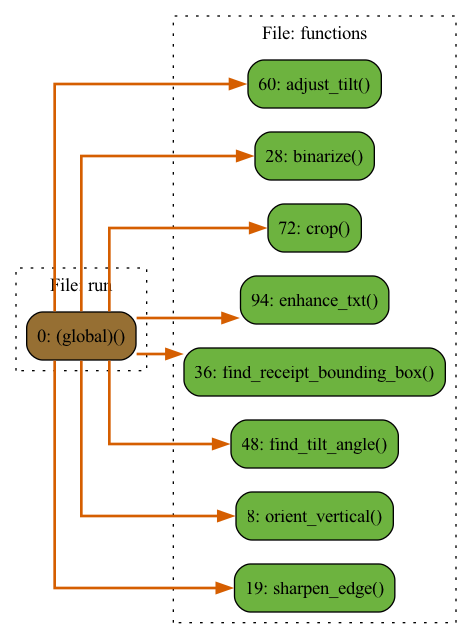
The Graphviz diagram flowchart/out.png in TopAudioData/wesplit-receipt-ocr, before a commit. Its source is kept beside it as flowchart/out.gv. Source of this version:
```dot
digraph G {
concentrate=true;
splines="ortho";
rankdir="LR";
node_6b8b418c [label="60: adjust_tilt()" name="functions::adjust_tilt" shape="rect" style="rounded,filled" fillcolor="#6db33f" ];
node_a4fb80ed [label="28: binarize()" name="functions::binarize" shape="rect" style="rounded,filled" fillcolor="#6db33f" ];
node_abb3144b [label="72: crop()" name="functions::crop" shape="rect" style="rounded,filled" fillcolor="#6db33f" ];
node_6cab1c62 [label="94: enhance_txt()" name="functions::enhance_txt" shape="rect" style="rounded,filled" fillcolor="#6db33f" ];
node_e218ace3 [label="36: find_receipt_bounding_box()" name="functions::find_receipt_bounding_box" shape="rect" style="rounded,filled" fillcolor="#6db33f" ];
node_bfe2dfbe [label="48: find_tilt_angle()" name="functions::find_tilt_angle" shape="rect" style="rounded,filled" fillcolor="#6db33f" ];
node_4339a973 [label="8: orient_vertical()" name="functions::orient_vertical" shape="rect" style="rounded,filled" fillcolor="#6db33f" ];
node_b2ec876a [label="19: sharpen_edge()" name="functions::sharpen_edge" shape="rect" style="rounded,filled" fillcolor="#6db33f" ];
node_8a4d144e [label="0: (global)()" name="run::(global)" shape="rect" style="rounded,filled" fillcolor="#966F33" ];
node_8a4d144e -> node_6b8b418c [color="#D55E00" penwidth="2"];
node_8a4d144e -> node_a4fb80ed [color="#D55E00" penwidth="2"];
node_8a4d144e -> node_abb3144b [color="#D55E00" penwidth="2"];
node_8a4d144e -> node_6cab1c62 [color="#D55E00" penwidth="2"];
node_8a4d144e -> node_e218ace3 [color="#D55E00" penwidth="2"];
node_8a4d144e -> node_bfe2dfbe [color="#D55E00" penwidth="2"];
node_8a4d144e -> node_4339a973 [color="#D55E00" penwidth="2"];
node_8a4d144e -> node_b2ec876a [color="#D55E00" penwidth="2"];
subgraph cluster_72d5dab0 {
    node_4339a973 node_b2ec876a node_a4fb80ed node_e218ace3 node_bfe2dfbe node_6b8b418c node_abb3144b node_6cab1c62;
    label="File: functions";
    name="functions";
    style="filled";
    graph[style=dotted];
};
subgraph cluster_5ce23f89 {
    node_8a4d144e;
    label="File: run";
    name="run";
    style="filled";
    graph[style=dotted];
};
}
```
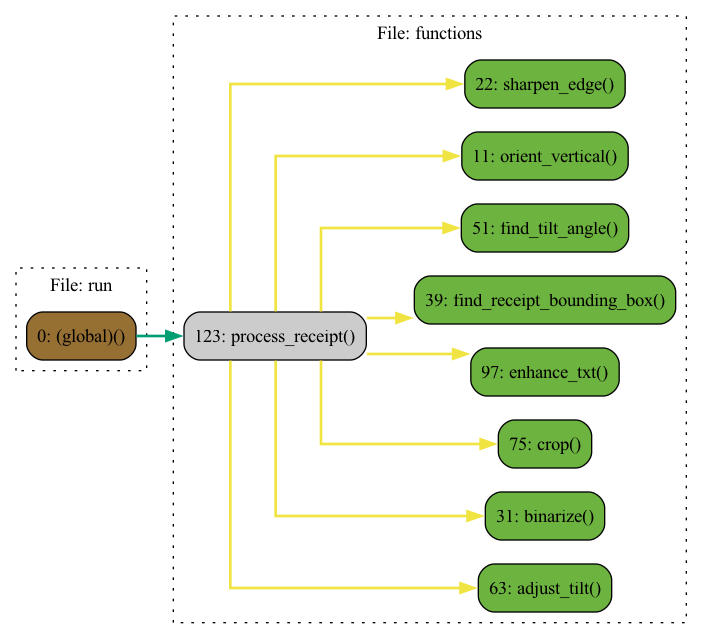
The same file after the commit.

Change to the diagram source:
```diff
@@ -2,32 +2,34 @@
 concentrate=true;
 splines="ortho";
 rankdir="LR";
-node_6b8b418c [label="60: adjust_tilt()" name="functions::adjust_tilt" shape="rect" style="rounded,filled" fillcolor="#6db33f" ];
-node_a4fb80ed [label="28: binarize()" name="functions::binarize" shape="rect" style="rounded,filled" fillcolor="#6db33f" ];
-node_abb3144b [label="72: crop()" name="functions::crop" shape="rect" style="rounded,filled" fillcolor="#6db33f" ];
-node_6cab1c62 [label="94: enhance_txt()" name="functions::enhance_txt" shape="rect" style="rounded,filled" fillcolor="#6db33f" ];
-node_e218ace3 [label="36: find_receipt_bounding_box()" name="functions::find_receipt_bounding_box" shape="rect" style="rounded,filled" fillcolor="#6db33f" ];
-node_bfe2dfbe [label="48: find_tilt_angle()" name="functions::find_tilt_angle" shape="rect" style="rounded,filled" fillcolor="#6db33f" ];
-node_4339a973 [label="8: orient_vertical()" name="functions::orient_vertical" shape="rect" style="rounded,filled" fillcolor="#6db33f" ];
-node_b2ec876a [label="19: sharpen_edge()" name="functions::sharpen_edge" shape="rect" style="rounded,filled" fillcolor="#6db33f" ];
-node_8a4d144e [label="0: (global)()" name="run::(global)" shape="rect" style="rounded,filled" fillcolor="#966F33" ];
-node_8a4d144e -> node_6b8b418c [color="#D55E00" penwidth="2"];
-node_8a4d144e -> node_a4fb80ed [color="#D55E00" penwidth="2"];
-node_8a4d144e -> node_abb3144b [color="#D55E00" penwidth="2"];
-node_8a4d144e -> node_6cab1c62 [color="#D55E00" penwidth="2"];
-node_8a4d144e -> node_e218ace3 [color="#D55E00" penwidth="2"];
-node_8a4d144e -> node_bfe2dfbe [color="#D55E00" penwidth="2"];
-node_8a4d144e -> node_4339a973 [color="#D55E00" penwidth="2"];
-node_8a4d144e -> node_b2ec876a [color="#D55E00" penwidth="2"];
-subgraph cluster_72d5dab0 {
-    node_4339a973 node_b2ec876a node_a4fb80ed node_e218ace3 node_bfe2dfbe node_6b8b418c node_abb3144b node_6cab1c62;
+node_9d3845a8 [label="63: adjust_tilt()" name="functions::adjust_tilt" shape="rect" style="rounded,filled" fillcolor="#6db33f" ];
+node_c96d5d1c [label="31: binarize()" name="functions::binarize" shape="rect" style="rounded,filled" fillcolor="#6db33f" ];
+node_87bb3efa [label="75: crop()" name="functions::crop" shape="rect" style="rounded,filled" fillcolor="#6db33f" ];
+node_8c270a16 [label="97: enhance_txt()" name="functions::enhance_txt" shape="rect" style="rounded,filled" fillcolor="#6db33f" ];
+node_08c56159 [label="39: find_receipt_bounding_box()" name="functions::find_receipt_bounding_box" shape="rect" style="rounded,filled" fillcolor="#6db33f" ];
+node_fd565dfd [label="51: find_tilt_angle()" name="functions::find_tilt_angle" shape="rect" style="rounded,filled" fillcolor="#6db33f" ];
+node_72f09e11 [label="11: orient_vertical()" name="functions::orient_vertical" shape="rect" style="rounded,filled" fillcolor="#6db33f" ];
+node_1a185114 [label="123: process_receipt()" name="functions::process_receipt" shape="rect" style="rounded,filled" fillcolor="#cccccc" ];
+node_fd833d6b [label="22: sharpen_edge()" name="functions::sharpen_edge" shape="rect" style="rounded,filled" fillcolor="#6db33f" ];
+node_f24126b3 [label="0: (global)()" name="run::(global)" shape="rect" style="rounded,filled" fillcolor="#966F33" ];
+node_1a185114 -> node_9d3845a8 [color="#F0E442" penwidth="2"];
+node_1a185114 -> node_c96d5d1c [color="#F0E442" penwidth="2"];
+node_1a185114 -> node_87bb3efa [color="#F0E442" penwidth="2"];
+node_1a185114 -> node_8c270a16 [color="#F0E442" penwidth="2"];
+node_1a185114 -> node_08c56159 [color="#F0E442" penwidth="2"];
+node_1a185114 -> node_fd565dfd [color="#F0E442" penwidth="2"];
+node_1a185114 -> node_72f09e11 [color="#F0E442" penwidth="2"];
+node_1a185114 -> node_fd833d6b [color="#F0E442" penwidth="2"];
+node_f24126b3 -> node_1a185114 [color="#009E73" penwidth="2"];
+subgraph cluster_d140ec55 {
+    node_72f09e11 node_fd833d6b node_c96d5d1c node_08c56159 node_fd565dfd node_9d3845a8 node_87bb3efa node_8c270a16 node_1a185114;
     label="File: functions";
     name="functions";
     style="filled";
     graph[style=dotted];
 };
-subgraph cluster_5ce23f89 {
-    node_8a4d144e;
+subgraph cluster_fb10c1cd {
+    node_f24126b3;
     label="File: run";
     name="run";
     style="filled";
```
